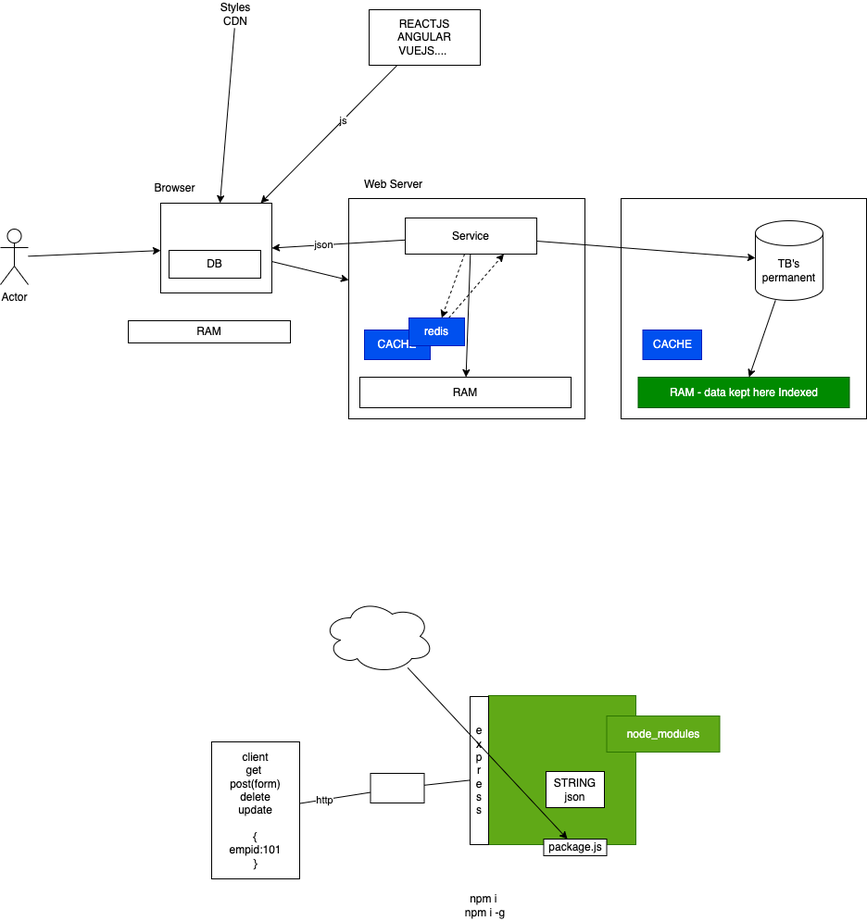
Above: images/day5.drawio.png in adithnaveen/2022-sapient-react-node-graphql (draw.io), before the change. Source tidied: cells renumbered, new cells last; positions are measured from the earlier drawing's top-left corner, leaving out a move shared by most shapes. The source it was exported from:
```xml
<mxGraphModel>
  <root>
    <mxCell id="0" />
    <mxCell id="1" parent="0" />
    <mxCell id="2" style="rounded=0;whiteSpace=wrap;html=1;" parent="1" vertex="1">
      <mxGeometry x="399.5" y="835" width="58" height="32" as="geometry" />
    </mxCell>
    <mxCell id="3" style="rounded=0;whiteSpace=wrap;html=1;" parent="1" vertex="1">
      <mxGeometry x="670" y="214" width="265" height="238" as="geometry" />
    </mxCell>
    <mxCell id="4" style="edgeStyle=none;html=1;" parent="1" edge="1" source="5" target="9">
      <mxGeometry relative="1" as="geometry" />
    </mxCell>
    <mxCell id="5" style="rounded=0;whiteSpace=wrap;html=1;" parent="1" vertex="1">
      <mxGeometry x="173" y="219" width="120" height="97" as="geometry" />
    </mxCell>
    <mxCell id="6" style="edgeStyle=none;html=1;" parent="1" edge="1" source="7" target="5">
      <mxGeometry relative="1" as="geometry" />
    </mxCell>
    <mxCell id="7" value="Actor" style="shape=umlActor;verticalLabelPosition=bottom;verticalAlign=top;html=1;outlineConnect=0;" parent="1" vertex="1">
      <mxGeometry y="247" width="30" height="60" as="geometry" />
    </mxCell>
    <mxCell id="8" value="Browser" style="text;html=1;align=center;verticalAlign=middle;strokeColor=none;fillColor=none;" parent="1" vertex="1">
      <mxGeometry x="161" y="194" width="54" height="18" as="geometry" />
    </mxCell>
    <mxCell id="9" style="rounded=0;whiteSpace=wrap;html=1;" parent="1" vertex="1">
      <mxGeometry x="376" y="214" width="255" height="238" as="geometry" />
    </mxCell>
    <mxCell id="10" value="Web Server" style="text;html=1;strokeColor=none;fillColor=none;align=center;verticalAlign=middle;whiteSpace=wrap;rounded=0;" parent="1" vertex="1">
      <mxGeometry x="384" y="184" width="81" height="30" as="geometry" />
    </mxCell>
    <mxCell id="11" style="edgeStyle=none;html=1;" parent="1" edge="1" source="12" target="15">
      <mxGeometry relative="1" as="geometry" />
    </mxCell>
    <mxCell id="12" value="TB's&lt;br&gt;permanent" style="shape=cylinder3;whiteSpace=wrap;html=1;boundedLbl=1;backgroundOutline=1;size=13.466674804687443;" parent="1" vertex="1">
      <mxGeometry x="815" y="238" width="73" height="86" as="geometry" />
    </mxCell>
    <mxCell id="13" value="RAM" style="rounded=0;whiteSpace=wrap;html=1;" parent="1" vertex="1">
      <mxGeometry x="388" y="407" width="228" height="33" as="geometry" />
    </mxCell>
    <mxCell id="14" value="CACHE" style="rounded=0;whiteSpace=wrap;html=1;fillColor=#0050ef;fontColor=#ffffff;strokeColor=#001DBC;" parent="1" vertex="1">
      <mxGeometry x="393" y="356" width="71" height="32" as="geometry" />
    </mxCell>
    <mxCell id="15" value="RAM - data kept here Indexed" style="rounded=0;whiteSpace=wrap;html=1;fillColor=#008a00;fontColor=#ffffff;strokeColor=#005700;" parent="1" vertex="1">
      <mxGeometry x="688.5" y="407" width="228" height="33" as="geometry" />
    </mxCell>
    <mxCell id="16" value="CACHE" style="rounded=0;whiteSpace=wrap;html=1;fillColor=#0050ef;fontColor=#ffffff;strokeColor=#001DBC;" parent="1" vertex="1">
      <mxGeometry x="693.5" y="356" width="63.5" height="32" as="geometry" />
    </mxCell>
    <mxCell id="17" value="RAM" style="rounded=0;whiteSpace=wrap;html=1;" parent="1" vertex="1">
      <mxGeometry x="138" y="346" width="175" height="24" as="geometry" />
    </mxCell>
    <mxCell id="18" style="edgeStyle=none;html=1;entryX=1;entryY=0.5;entryDx=0;entryDy=0;" parent="1" edge="1" source="23" target="5">
      <mxGeometry relative="1" as="geometry" />
    </mxCell>
    <mxCell id="19" value="json" style="edgeLabel;html=1;align=center;verticalAlign=middle;" parent="18" vertex="1">
      <mxGeometry x="0.22" relative="1" as="geometry" />
    </mxCell>
    <mxCell id="20" style="edgeStyle=none;html=1;" parent="1" edge="1" source="23" target="12">
      <mxGeometry relative="1" as="geometry" />
    </mxCell>
    <mxCell id="21" style="edgeStyle=none;html=1;dashed=1;" parent="1" edge="1" source="23" target="25">
      <mxGeometry relative="1" as="geometry" />
    </mxCell>
    <mxCell id="22" style="edgeStyle=none;html=1;" parent="1" edge="1" source="23" target="13">
      <mxGeometry relative="1" as="geometry" />
    </mxCell>
    <mxCell id="23" value="Service" style="rounded=0;whiteSpace=wrap;html=1;" parent="1" vertex="1">
      <mxGeometry x="437" y="235" width="142" height="39" as="geometry" />
    </mxCell>
    <mxCell id="24" style="edgeStyle=none;html=1;entryX=0.75;entryY=1;entryDx=0;entryDy=0;dashed=1;" parent="1" edge="1" source="25" target="23">
      <mxGeometry relative="1" as="geometry" />
    </mxCell>
    <mxCell id="25" value="redis" style="text;html=1;strokeColor=#001DBC;fillColor=#0050ef;align=center;verticalAlign=middle;whiteSpace=wrap;rounded=0;fontColor=#ffffff;" parent="1" vertex="1">
      <mxGeometry x="441" y="343" width="60" height="30" as="geometry" />
    </mxCell>
    <mxCell id="26" value="DB" style="rounded=0;whiteSpace=wrap;html=1;" parent="1" vertex="1">
      <mxGeometry x="182" y="270" width="99" height="30" as="geometry" />
    </mxCell>
    <mxCell id="27" style="edgeStyle=none;html=1;" parent="1" edge="1" source="29" target="5">
      <mxGeometry relative="1" as="geometry" />
    </mxCell>
    <mxCell id="28" value="js" style="edgeLabel;html=1;align=center;verticalAlign=middle;" parent="27" vertex="1">
      <mxGeometry x="-0.2" relative="1" as="geometry" />
    </mxCell>
    <mxCell id="29" value="REACTJS&lt;br&gt;ANGULAR&lt;br&gt;VUEJS....&amp;nbsp;" style="rounded=0;whiteSpace=wrap;html=1;" parent="1" vertex="1">
      <mxGeometry x="398" y="10" width="120" height="60" as="geometry" />
    </mxCell>
    <mxCell id="30" style="edgeStyle=none;html=1;" parent="1" edge="1" source="31" target="5">
      <mxGeometry relative="1" as="geometry" />
    </mxCell>
    <mxCell id="31" value="Styles&lt;br&gt;CDN" style="text;html=1;strokeColor=none;fillColor=none;align=center;verticalAlign=middle;whiteSpace=wrap;rounded=0;" parent="1" vertex="1">
      <mxGeometry x="224" width="60" height="30" as="geometry" />
    </mxCell>
    <mxCell id="32" style="edgeStyle=none;html=1;startArrow=none;" parent="1" edge="1" source="2" target="34">
      <mxGeometry relative="1" as="geometry" />
    </mxCell>
    <mxCell id="33" value="client&lt;br&gt;get&amp;nbsp;&lt;br&gt;post(form)&lt;br&gt;delete&lt;br&gt;update&lt;br&gt;&lt;br&gt;{&lt;br&gt;empid:101&lt;br&gt;}" style="rounded=0;whiteSpace=wrap;html=1;" parent="1" vertex="1">
      <mxGeometry x="228" y="801" width="95" height="148" as="geometry" />
    </mxCell>
    <mxCell id="34" style="rounded=0;whiteSpace=wrap;html=1;fillColor=#60a917;fontColor=#ffffff;strokeColor=#2D7600;" parent="1" vertex="1">
      <mxGeometry x="527" y="751" width="159" height="161" as="geometry" />
    </mxCell>
    <mxCell id="35" style="edgeStyle=none;html=1;endArrow=none;" parent="1" edge="1" source="33" target="2">
      <mxGeometry relative="1" as="geometry" />
    </mxCell>
    <mxCell id="36" value="http" style="edgeLabel;html=1;align=center;verticalAlign=middle;" parent="35" vertex="1">
      <mxGeometry x="-0.29" relative="1" as="geometry" />
    </mxCell>
    <mxCell id="37" value="STRING&lt;br&gt;json" style="rounded=0;whiteSpace=wrap;html=1;" parent="1" vertex="1">
      <mxGeometry x="589" y="833" width="63" height="39" as="geometry" />
    </mxCell>
    <mxCell id="38" value="e&lt;br&gt;x&lt;br&gt;p&lt;br&gt;r&lt;br&gt;e&lt;br&gt;s&lt;br&gt;s&lt;br&gt;" style="rounded=0;whiteSpace=wrap;html=1;" parent="1" vertex="1">
      <mxGeometry x="507" y="752" width="20" height="160" as="geometry" />
    </mxCell>
    <mxCell id="39" value="package.js" style="rounded=0;whiteSpace=wrap;html=1;" parent="1" vertex="1">
      <mxGeometry x="586.5" y="906" width="68" height="18" as="geometry" />
    </mxCell>
    <mxCell id="40" style="edgeStyle=none;html=1;" parent="1" edge="1" source="41" target="39">
      <mxGeometry relative="1" as="geometry" />
    </mxCell>
    <mxCell id="41" style="ellipse;shape=cloud;whiteSpace=wrap;html=1;" parent="1" vertex="1">
      <mxGeometry x="348" y="647" width="120" height="80" as="geometry" />
    </mxCell>
    <mxCell id="42" value="node_modules" style="text;html=1;align=center;verticalAlign=middle;whiteSpace=wrap;rounded=0;fillColor=#60a917;fontColor=#ffffff;strokeColor=#2D7600;" parent="1" vertex="1">
      <mxGeometry x="654.5" y="773" width="122" height="39" as="geometry" />
    </mxCell>
    <mxCell id="43" value="npm i&amp;nbsp;&lt;br&gt;npm i -g" style="text;html=1;align=center;verticalAlign=middle;strokeColor=none;fillColor=none;" parent="1" vertex="1">
      <mxGeometry x="496" y="962" width="54" height="32" as="geometry" />
    </mxCell>
  </root>
</mxGraphModel>
```
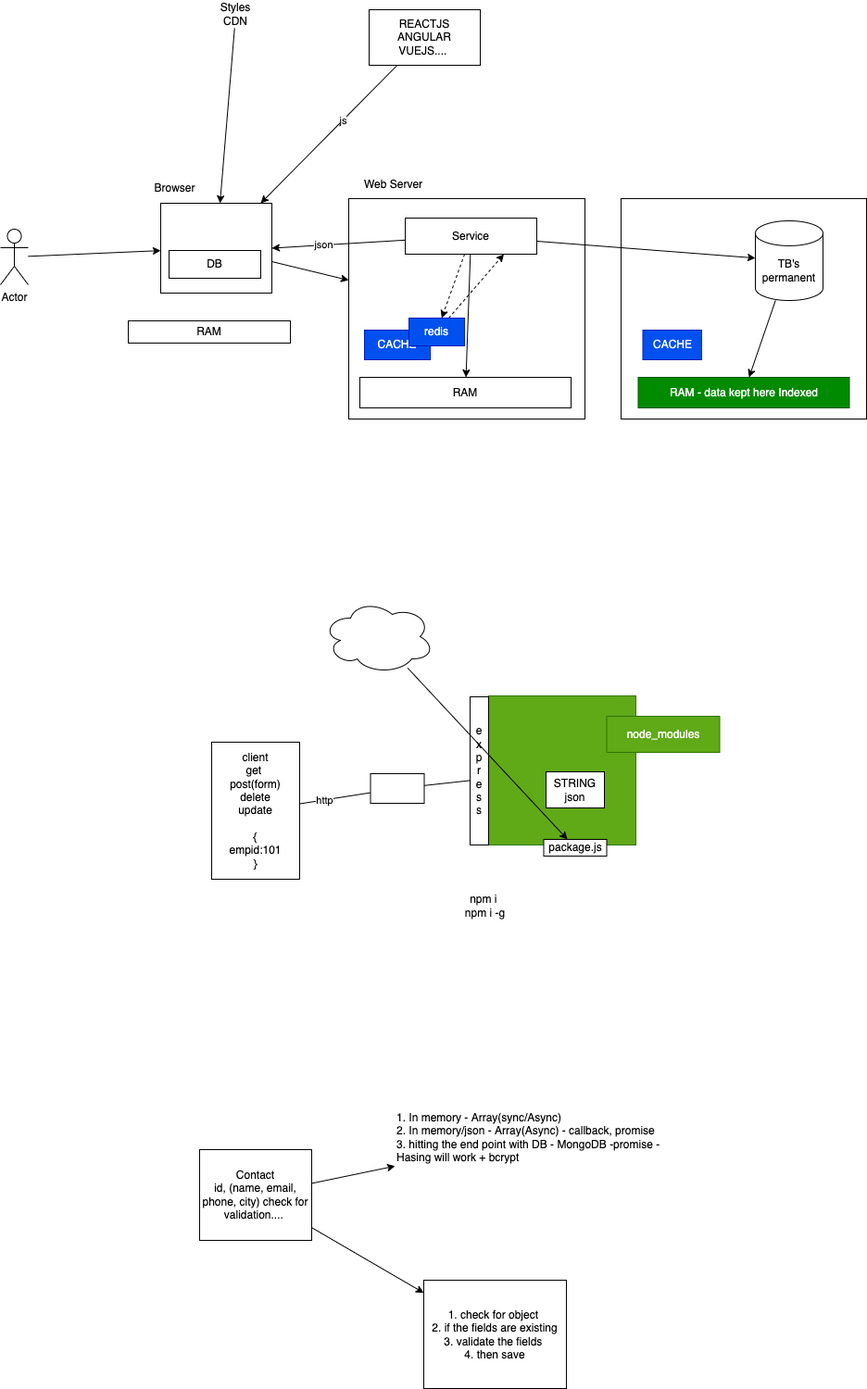
The same file after the commit.

Commit message:
updated code with contact sync

Change to the diagram source:
```diff
@@ -128,5 +128,20 @@
     <mxCell id="43" value="npm i&amp;nbsp;&lt;br&gt;npm i -g" style="text;html=1;align=center;verticalAlign=middle;strokeColor=none;fillColor=none;" parent="1" vertex="1">
       <mxGeometry x="496" y="962" width="54" height="32" as="geometry" />
     </mxCell>
+    <mxCell id="44" style="edgeStyle=none;html=1;" parent="1" edge="1" source="46" target="47">
+      <mxGeometry relative="1" as="geometry" />
+    </mxCell>
+    <mxCell id="45" style="edgeStyle=none;html=1;" parent="1" edge="1" source="46" target="48">
+      <mxGeometry relative="1" as="geometry" />
+    </mxCell>
+    <mxCell id="46" value="Contact&lt;br&gt;id, (name, email, phone, city) check for validation....&amp;nbsp;" style="rounded=0;whiteSpace=wrap;html=1;" parent="1" vertex="1">
+      <mxGeometry x="215" y="1241" width="121" height="98" as="geometry" />
+    </mxCell>
+    <mxCell id="47" value="1. In memory - Array(sync/Async)&lt;br&gt;2. In memory/json - Array(Async) - callback, promise&lt;br&gt;3. hitting the end point with DB - MongoDB -promise - &lt;br&gt;Hasing will work + bcrypt" style="text;html=1;strokeColor=none;fillColor=none;align=left;verticalAlign=middle;whiteSpace=wrap;rounded=0;" parent="1" vertex="1">
+      <mxGeometry x="426" y="1189" width="297" height="78" as="geometry" />
+    </mxCell>
+    <mxCell id="48" value="1. check for object&amp;nbsp;&lt;br&gt;2. if the fields are existing&lt;br&gt;3. validate the fields&amp;nbsp;&lt;br&gt;4. then save" style="rounded=0;whiteSpace=wrap;html=1;" parent="1" vertex="1">
+      <mxGeometry x="457" y="1382" width="154" height="117" as="geometry" />
+    </mxCell>
   </root>
 </mxGraphModel>
```
